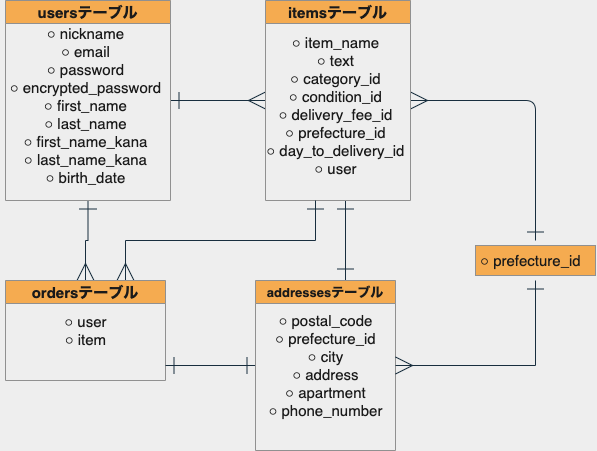
This is test.drawio.png from takayuki2315/furima-32625, a draw.io export, as it was before one commit. Source tidied: cells renumbered, new cells last; positions are measured from the earlier drawing's top-left corner, leaving out a move shared by most shapes.
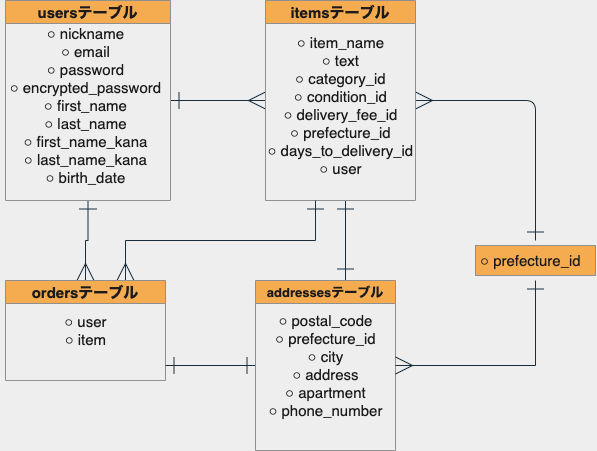
Later version of the same file.

The edit, as a diff of the source:
```diff
@@ -32,10 +32,10 @@
       </mxGeometry>
     </mxCell>
     <mxCell id="9" value="itemsテーブル" style="swimlane;fontSize=15;fillColor=#F5AB50;strokeColor=#909090;fontColor=#1A1A1A;" parent="1" vertex="1">
-      <mxGeometry x="265" width="145" height="200" as="geometry" />
+      <mxGeometry x="265" width="150" height="200" as="geometry" />
     </mxCell>
-    <mxCell id="10" value="○ item_name&lt;br&gt;○ text&lt;br&gt;○ category_id&lt;br&gt;○ condition_id&lt;br&gt;○ delivery_fee_id&lt;br&gt;○ prefecture_id&lt;br&gt;○ day_to_delivery_id&lt;br&gt;○ user" style="text;html=1;align=center;verticalAlign=middle;fontSize=15;fontColor=#1A1A1A;" parent="9" vertex="1">
-      <mxGeometry x="-5" y="30" width="150" height="150" as="geometry" />
+    <mxCell id="10" value="○ item_name&lt;br&gt;○ text&lt;br&gt;○ category_id&lt;br&gt;○ condition_id&lt;br&gt;○ delivery_fee_id&lt;br&gt;○ prefecture_id&lt;br&gt;○ days_to_delivery_id&lt;br&gt;○ user" style="text;html=1;align=center;verticalAlign=middle;fontSize=15;fontColor=#1A1A1A;" parent="9" vertex="1">
+      <mxGeometry x="-5" y="30" width="160" height="150" as="geometry" />
     </mxCell>
     <mxCell id="11" style="edgeStyle=orthogonalEdgeStyle;rounded=0;jettySize=auto;html=1;exitX=0.75;exitY=0;exitDx=0;exitDy=0;endArrow=ERone;endFill=0;fontSize=15;startArrow=ERmany;startFill=0;endSize=15;startSize=15;strokeColor=#182E3E;fontColor=#1A1A1A;labelBackgroundColor=#EEEEEE;" parent="1" edge="1" source="12">
       <mxGeometry relative="1" as="geometry">
```
